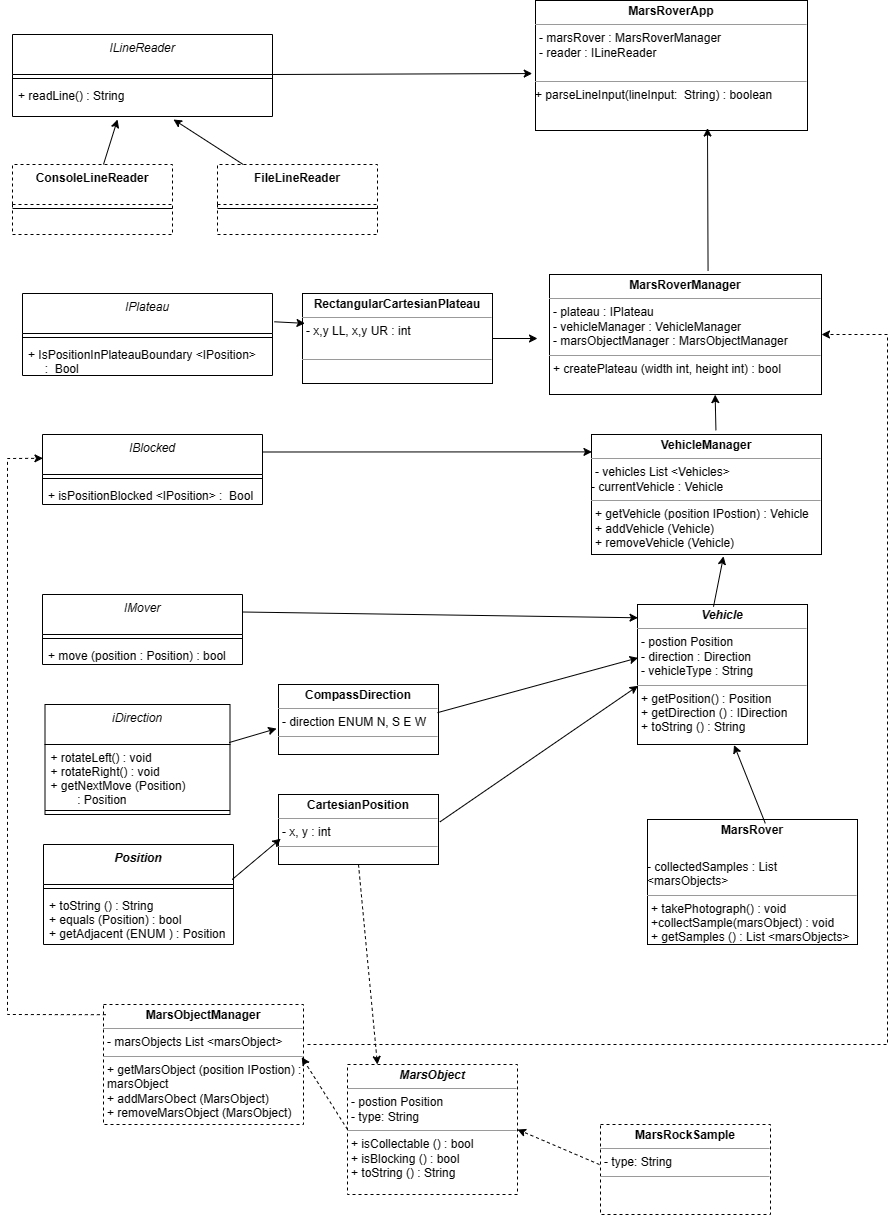
The draw.io diagram Docs/Mars Rover V2 UML.png in adeyatz/melody-mars-rover-app, before a commit. Source tidied: cells renumbered, new cells last; positions are measured from the earlier drawing's top-left corner, leaving out a move shared by most shapes.
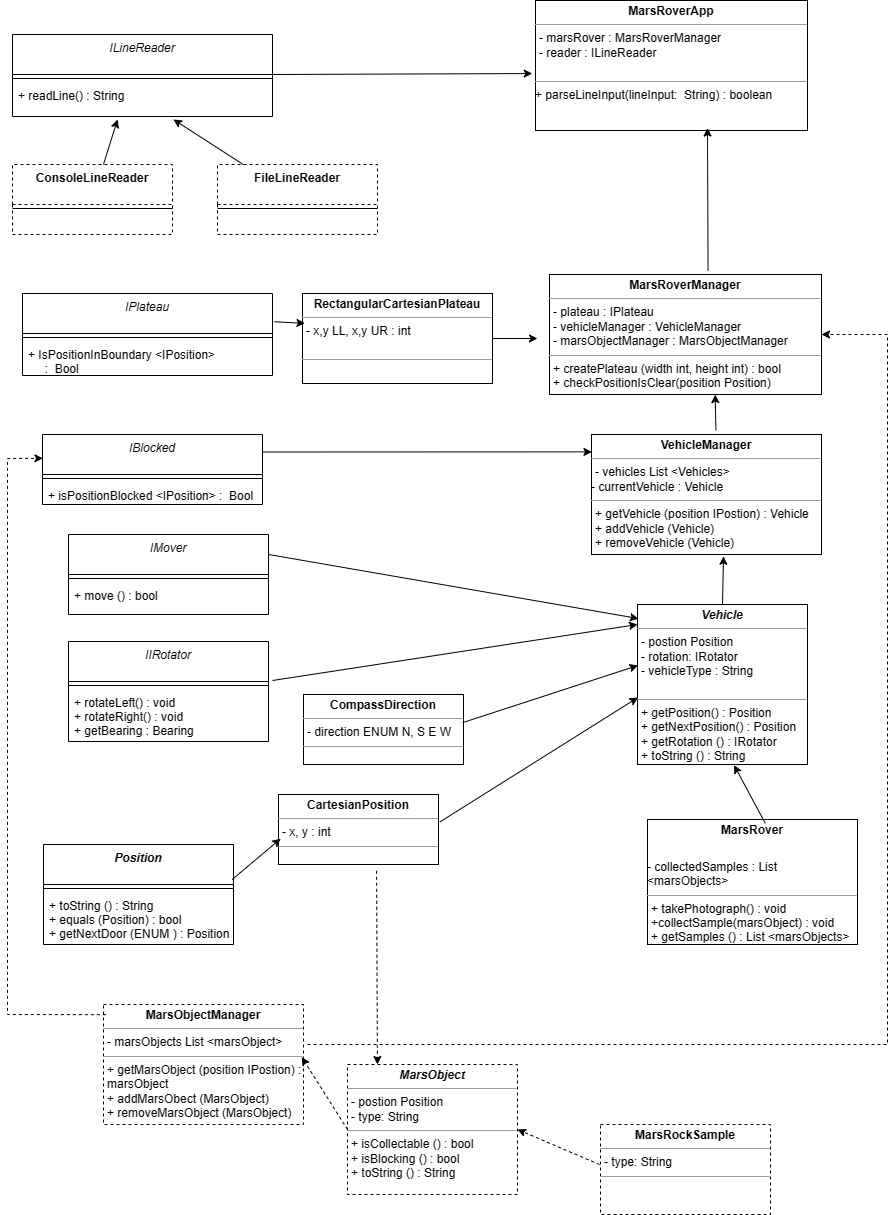
The same diagram one commit later.

Diff of the diagram source:
```diff
@@ -8,7 +8,7 @@
     <mxCell id="3" style="line;html=1;strokeWidth=1;align=left;verticalAlign=middle;spacingTop=-1;spacingLeft=3;spacingRight=3;labelPosition=right;" parent="2" vertex="1">
       <mxGeometry y="40" width="250" height="8" as="geometry" />
     </mxCell>
-    <mxCell id="4" value="+ IsPositionInPlateauBoundary &lt;IPosition&gt;&#10;     :  Bool" style="text;align=left;verticalAlign=top;spacingLeft=4;spacingRight=4;overflow=hidden;" parent="2" vertex="1">
+    <mxCell id="4" value="+ IsPositionInBoundary &lt;IPosition&gt;&#10;     :  Bool" style="text;align=left;verticalAlign=top;spacingLeft=4;spacingRight=4;overflow=hidden;" parent="2" vertex="1">
       <mxGeometry y="48" width="250" height="34" as="geometry" />
     </mxCell>
     <mxCell id="5" value="&lt;p style=&quot;margin:0px;margin-top:4px;text-align:center;&quot;&gt;&lt;b&gt;RectangularCartesianPlateau&lt;/b&gt;&lt;/p&gt;&lt;hr size=&quot;1&quot;&gt;&lt;p style=&quot;margin:0px;margin-left:4px;&quot;&gt;- x,y LL, x,y UR : int&lt;/p&gt;&lt;p style=&quot;margin:0px;margin-left:4px;&quot;&gt;&lt;br&gt;&lt;/p&gt;&lt;hr size=&quot;1&quot;&gt;&lt;p style=&quot;margin:0px;margin-left:4px;&quot;&gt;&lt;br&gt;&lt;/p&gt;" style="verticalAlign=top;align=left;overflow=fill;fontSize=12;fontFamily=Helvetica;html=1;whiteSpace=wrap;" parent="1" vertex="1">
@@ -20,31 +20,22 @@
     <mxCell id="7" style="line;html=1;strokeWidth=1;align=left;verticalAlign=middle;spacingTop=-1;spacingLeft=3;spacingRight=3;labelPosition=right;" parent="6" vertex="1">
       <mxGeometry y="40" width="190" height="8" as="geometry" />
     </mxCell>
-    <mxCell id="8" value="+ toString () : String&#10;+ equals (Position) : bool&#10;+ getAdjacent (ENUM ) : Position" style="text;align=left;verticalAlign=top;spacingLeft=4;spacingRight=4;overflow=hidden;" parent="6" vertex="1">
+    <mxCell id="8" value="+ toString () : String&#10;+ equals (Position) : bool&#10;+ getNextDoor (ENUM ) : Position" style="text;align=left;verticalAlign=top;spacingLeft=4;spacingRight=4;overflow=hidden;" parent="6" vertex="1">
       <mxGeometry y="48" width="190" height="52" as="geometry" />
     </mxCell>
     <mxCell id="9" value="&lt;p style=&quot;margin:0px;margin-top:4px;text-align:center;&quot;&gt;&lt;b&gt;CartesianPosition&lt;/b&gt;&lt;/p&gt;&lt;hr size=&quot;1&quot;&gt;&lt;p style=&quot;margin:0px;margin-left:4px;&quot;&gt;- x, y : int&lt;/p&gt;&lt;hr size=&quot;1&quot;&gt;&lt;p style=&quot;margin:0px;margin-left:4px;&quot;&gt;&lt;br&gt;&lt;/p&gt;" style="verticalAlign=top;align=left;overflow=fill;fontSize=12;fontFamily=Helvetica;html=1;whiteSpace=wrap;" parent="1" vertex="1">
       <mxGeometry x="271" y="794" width="160" height="70" as="geometry" />
     </mxCell>
-    <mxCell id="10" value="iDirection" style="swimlane;fontStyle=2;align=center;verticalAlign=top;horizontal=1;startSize=40;rounded=0;shadow=0;strokeWidth=1;" parent="1" vertex="1">
-      <mxGeometry x="37.5" y="704" width="185" height="110" as="geometry" />
-    </mxCell>
-    <mxCell id="11" value="+ rotateLeft() : void&#10;+ rotateRight() : void&#10;+ getNextMove (Position) &#10;        : Position" style="text;align=left;verticalAlign=top;spacingLeft=4;spacingRight=4;overflow=hidden;" parent="10" vertex="1">
-      <mxGeometry y="40" width="185" height="62" as="geometry" />
-    </mxCell>
-    <mxCell id="12" style="line;html=1;strokeWidth=1;align=left;verticalAlign=middle;spacingTop=-1;spacingLeft=3;spacingRight=3;labelPosition=right;" parent="10" vertex="1">
-      <mxGeometry y="102" width="185" height="8" as="geometry" />
-    </mxCell>
     <mxCell id="13" value="&lt;p style=&quot;margin:0px;margin-top:4px;text-align:center;&quot;&gt;&lt;b&gt;CompassDirection&lt;/b&gt;&lt;/p&gt;&lt;hr size=&quot;1&quot;&gt;&lt;p style=&quot;margin:0px;margin-left:4px;&quot;&gt;- direction ENUM N, S E W&lt;/p&gt;&lt;hr size=&quot;1&quot;&gt;&lt;p style=&quot;margin:0px;margin-left:4px;&quot;&gt;&lt;br&gt;&lt;/p&gt;" style="verticalAlign=top;align=left;overflow=fill;fontSize=12;fontFamily=Helvetica;html=1;whiteSpace=wrap;" parent="1" vertex="1">
-      <mxGeometry x="271" y="684" width="160" height="70" as="geometry" />
+      <mxGeometry x="296" y="694" width="160" height="70" as="geometry" />
     </mxCell>
     <mxCell id="14" value="&lt;p style=&quot;margin:0px;margin-top:4px;text-align:center;&quot;&gt;&lt;b&gt;VehicleManager&lt;/b&gt;&lt;/p&gt;&lt;hr size=&quot;1&quot;&gt;&lt;p style=&quot;margin:0px;margin-left:4px;&quot;&gt;- vehicles List &amp;lt;Vehicles&amp;gt;&lt;/p&gt;- currentVehicle : Vehicle&lt;hr size=&quot;1&quot;&gt;&lt;p style=&quot;margin:0px;margin-left:4px;&quot;&gt;&lt;span style=&quot;background-color: initial;&quot;&gt;+ getVehicle (position IPostion) : Vehicle&lt;/span&gt;&lt;br&gt;&lt;/p&gt;&lt;p style=&quot;margin:0px;margin-left:4px;&quot;&gt;+ addVehicle (Vehicle)&lt;/p&gt;&lt;p style=&quot;margin:0px;margin-left:4px;&quot;&gt;+ removeVehicle (Vehicle)&lt;/p&gt;" style="verticalAlign=top;align=left;overflow=fill;fontSize=12;fontFamily=Helvetica;html=1;whiteSpace=wrap;" parent="1" vertex="1">
       <mxGeometry x="584" y="434" width="230" height="120" as="geometry" />
     </mxCell>
-    <mxCell id="15" value="&lt;p style=&quot;margin:0px;margin-top:4px;text-align:center;&quot;&gt;&lt;b&gt;&lt;i&gt;Vehicle&lt;/i&gt;&lt;/b&gt;&lt;/p&gt;&lt;hr size=&quot;1&quot;&gt;&lt;p style=&quot;margin:0px;margin-left:4px;&quot;&gt;- postion Position&lt;/p&gt;&lt;p style=&quot;margin:0px;margin-left:4px;&quot;&gt;- direction : Direction&lt;/p&gt;&lt;p style=&quot;margin:0px;margin-left:4px;&quot;&gt;- vehicleType : String&lt;/p&gt;&lt;hr size=&quot;1&quot;&gt;&lt;p style=&quot;margin:0px;margin-left:4px;&quot;&gt;+ getPosition() : Position&lt;/p&gt;&lt;p style=&quot;margin:0px;margin-left:4px;&quot;&gt;+ getDirection () : IDirection&lt;/p&gt;&lt;p style=&quot;margin:0px;margin-left:4px;&quot;&gt;+ toString () : String&lt;/p&gt;" style="verticalAlign=top;align=left;overflow=fill;fontSize=12;fontFamily=Helvetica;html=1;whiteSpace=wrap;" parent="1" vertex="1">
-      <mxGeometry x="630" y="604" width="170" height="140" as="geometry" />
+    <mxCell id="15" value="&lt;p style=&quot;margin:0px;margin-top:4px;text-align:center;&quot;&gt;&lt;b&gt;&lt;i&gt;Vehicle&lt;/i&gt;&lt;/b&gt;&lt;/p&gt;&lt;hr size=&quot;1&quot;&gt;&lt;p style=&quot;margin:0px;margin-left:4px;&quot;&gt;- postion Position&lt;/p&gt;&lt;p style=&quot;margin:0px;margin-left:4px;&quot;&gt;- rotation: IRotator&lt;/p&gt;&lt;p style=&quot;margin:0px;margin-left:4px;&quot;&gt;- vehicleType : String&lt;/p&gt;&lt;p style=&quot;margin:0px;margin-left:4px;&quot;&gt;&lt;br&gt;&lt;/p&gt;&lt;hr size=&quot;1&quot;&gt;&lt;p style=&quot;margin:0px;margin-left:4px;&quot;&gt;+ getPosition() : Position&lt;/p&gt;&lt;p style=&quot;margin:0px;margin-left:4px;&quot;&gt;+ getNextPosition() : Position&lt;/p&gt;&lt;p style=&quot;margin:0px;margin-left:4px;&quot;&gt;+ getRotation () : IRotator&lt;/p&gt;&lt;p style=&quot;margin:0px;margin-left:4px;&quot;&gt;+ toString () : String&lt;/p&gt;" style="verticalAlign=top;align=left;overflow=fill;fontSize=12;fontFamily=Helvetica;html=1;whiteSpace=wrap;" parent="1" vertex="1">
+      <mxGeometry x="630" y="604" width="170" height="160" as="geometry" />
     </mxCell>
-    <mxCell id="16" value="&lt;p style=&quot;margin:0px;margin-top:4px;text-align:center;&quot;&gt;&lt;b&gt;MarsRoverManager&lt;/b&gt;&lt;/p&gt;&lt;hr size=&quot;1&quot;&gt;&lt;p style=&quot;margin:0px;margin-left:4px;&quot;&gt;- plateau : IPlateau&lt;/p&gt;&lt;p style=&quot;margin:0px;margin-left:4px;&quot;&gt;- vehicleManager : VehicleManager&lt;br&gt;&lt;/p&gt;&lt;p style=&quot;margin:0px;margin-left:4px;&quot;&gt;- marsObjectManager : MarsObjectManager&lt;/p&gt;&lt;hr size=&quot;1&quot;&gt;&lt;p style=&quot;margin:0px;margin-left:4px;&quot;&gt;+ createPlateau (width int, height int) : bool&lt;/p&gt;&lt;p style=&quot;margin:0px;margin-left:4px;&quot;&gt;&lt;br&gt;&lt;/p&gt;" style="verticalAlign=top;align=left;overflow=fill;fontSize=12;fontFamily=Helvetica;html=1;whiteSpace=wrap;" parent="1" vertex="1">
+    <mxCell id="16" value="&lt;p style=&quot;margin:0px;margin-top:4px;text-align:center;&quot;&gt;&lt;b&gt;MarsRoverManager&lt;/b&gt;&lt;/p&gt;&lt;hr size=&quot;1&quot;&gt;&lt;p style=&quot;margin:0px;margin-left:4px;&quot;&gt;- plateau : IPlateau&lt;/p&gt;&lt;p style=&quot;margin:0px;margin-left:4px;&quot;&gt;- vehicleManager : VehicleManager&lt;br&gt;&lt;/p&gt;&lt;p style=&quot;margin:0px;margin-left:4px;&quot;&gt;- marsObjectManager : MarsObjectManager&lt;/p&gt;&lt;hr size=&quot;1&quot;&gt;&lt;p style=&quot;margin:0px;margin-left:4px;&quot;&gt;+ createPlateau (width int, height int) : bool&lt;/p&gt;&lt;p style=&quot;margin:0px;margin-left:4px;&quot;&gt;+ checkPositionIsClear(position Position)&lt;/p&gt;&lt;p style=&quot;margin:0px;margin-left:4px;&quot;&gt;&lt;br&gt;&lt;/p&gt;" style="verticalAlign=top;align=left;overflow=fill;fontSize=12;fontFamily=Helvetica;html=1;whiteSpace=wrap;" parent="1" vertex="1">
       <mxGeometry x="542" y="274" width="272" height="120" as="geometry" />
     </mxCell>
     <mxCell id="17" style="endArrow=classic;html=1;rounded=0;exitX=0.541;exitY=-0.035;exitDx=0;exitDy=0;exitPerimeter=0;entryX=0.609;entryY=1.001;entryDx=0;entryDy=0;entryPerimeter=0;" parent="1" edge="1" source="14" target="16">
@@ -104,15 +95,15 @@
       <mxGeometry y="48" width="220" height="22" as="geometry" />
     </mxCell>
     <mxCell id="34" value="IMover" style="swimlane;fontStyle=2;align=center;verticalAlign=top;horizontal=1;startSize=40;rounded=0;shadow=0;strokeWidth=1;" parent="1" vertex="1">
-      <mxGeometry x="35" y="594" width="200" height="70" as="geometry" />
+      <mxGeometry x="61" y="534" width="200" height="80" as="geometry" />
     </mxCell>
     <mxCell id="35" style="line;html=1;strokeWidth=1;align=left;verticalAlign=middle;spacingTop=-1;spacingLeft=3;spacingRight=3;labelPosition=right;" parent="34" vertex="1">
       <mxGeometry y="40" width="200" height="8" as="geometry" />
     </mxCell>
-    <mxCell id="36" value="+ move (position : Position) : bool" style="text;align=left;verticalAlign=top;spacingLeft=4;spacingRight=4;overflow=hidden;" parent="34" vertex="1">
-      <mxGeometry y="48" width="200" height="22" as="geometry" />
+    <mxCell id="36" value="+ move () : bool&#10;" style="text;align=left;verticalAlign=top;spacingLeft=4;spacingRight=4;overflow=hidden;" parent="34" vertex="1">
+      <mxGeometry y="48" width="200" height="32" as="geometry" />
     </mxCell>
-    <mxCell id="37" style="endArrow=classic;html=1;rounded=0;exitX=1;exitY=0.25;exitDx=0;exitDy=0;entryX=0.003;entryY=0.095;entryDx=0;entryDy=0;entryPerimeter=0;" parent="1" edge="1" source="34" target="15">
+    <mxCell id="37" style="endArrow=classic;html=1;rounded=0;exitX=1;exitY=0.25;exitDx=0;exitDy=0;entryX=0.006;entryY=0.088;entryDx=0;entryDy=0;entryPerimeter=0;" parent="1" edge="1" source="34" target="15">
       <mxGeometry relative="1" as="geometry" />
     </mxCell>
     <mxCell id="38" style="endArrow=classic;html=1;rounded=0;exitX=1;exitY=0.25;exitDx=0;exitDy=0;entryX=0.002;entryY=0.145;entryDx=0;entryDy=0;entryPerimeter=0;" parent="1" edge="1" source="31" target="14">
@@ -121,9 +112,6 @@
     <mxCell id="39" style="endArrow=classic;html=1;rounded=0;exitX=1.007;exitY=0.345;exitDx=0;exitDy=0;exitPerimeter=0;entryX=0.013;entryY=0.332;entryDx=0;entryDy=0;entryPerimeter=0;" parent="1" edge="1" source="2" target="5">
       <mxGeometry relative="1" as="geometry" />
     </mxCell>
-    <mxCell id="40" style="endArrow=classic;html=1;rounded=0;exitX=0.995;exitY=0.346;exitDx=0;exitDy=0;exitPerimeter=0;entryX=-0.012;entryY=0.63;entryDx=0;entryDy=0;entryPerimeter=0;" parent="1" edge="1" source="10" target="13">
-      <mxGeometry relative="1" as="geometry" />
-    </mxCell>
     <mxCell id="41" style="endArrow=classic;html=1;rounded=0;exitX=0.994;exitY=0.402;exitDx=0;exitDy=0;exitPerimeter=0;entryX=0.003;entryY=0.381;entryDx=0;entryDy=0;entryPerimeter=0;" parent="1" edge="1" source="13" target="15">
       <mxGeometry relative="1" as="geometry" />
     </mxCell>
@@ -133,7 +121,7 @@
     <mxCell id="43" style="endArrow=classic;html=1;rounded=0;exitX=0.993;exitY=0.35;exitDx=0;exitDy=0;exitPerimeter=0;entryX=0.014;entryY=0.631;entryDx=0;entryDy=0;entryPerimeter=0;" parent="1" edge="1" source="6" target="9">
       <mxGeometry relative="1" as="geometry" />
     </mxCell>
-    <mxCell id="44" style="endArrow=classic;html=1;rounded=0;exitX=0.447;exitY=0.016;exitDx=0;exitDy=0;exitPerimeter=0;entryX=0.574;entryY=1.015;entryDx=0;entryDy=0;entryPerimeter=0;" parent="1" edge="1" source="15" target="14">
+    <mxCell id="44" style="endArrow=classic;html=1;rounded=0;exitX=0.5;exitY=0;exitDx=0;exitDy=0;entryX=0.574;entryY=1.015;entryDx=0;entryDy=0;entryPerimeter=0;" parent="1" edge="1" source="15" target="14">
       <mxGeometry relative="1" as="geometry" />
     </mxCell>
     <mxCell id="45" value="&lt;p style=&quot;margin:0px;margin-top:4px;text-align:center;&quot;&gt;&lt;b&gt;MarsRover&lt;/b&gt;&lt;/p&gt;&lt;p style=&quot;margin: 4px 0px 0px;&quot;&gt;&lt;b&gt;&lt;br&gt;&lt;/b&gt;&lt;/p&gt;&lt;p style=&quot;margin: 4px 0px 0px;&quot;&gt;- collectedSamples : List &amp;lt;marsObjects&amp;gt;&lt;/p&gt;&lt;hr size=&quot;1&quot;&gt;&lt;p style=&quot;margin:0px;margin-left:4px;&quot;&gt;&lt;/p&gt;&lt;p style=&quot;margin:0px;margin-left:4px;&quot;&gt;+ takePhotograph() : void&lt;/p&gt;&lt;p style=&quot;margin:0px;margin-left:4px;&quot;&gt;+collectSample(marsObject) : void&lt;/p&gt;&lt;p style=&quot;margin:0px;margin-left:4px;&quot;&gt;+ getSamples () : List &amp;lt;marsObjects&amp;gt;&lt;/p&gt;&lt;p style=&quot;margin:0px;margin-left:4px;&quot;&gt;&lt;br&gt;&lt;/p&gt;" style="verticalAlign=top;align=left;overflow=fill;fontSize=12;fontFamily=Helvetica;html=1;whiteSpace=wrap;" parent="1" vertex="1">
@@ -174,8 +162,20 @@
         </Array>
       </mxGeometry>
     </mxCell>
-    <mxCell id="54" style="endArrow=classic;html=1;rounded=0;entryX=0.176;entryY=0;entryDx=0;entryDy=0;entryPerimeter=0;exitX=0.5;exitY=1;exitDx=0;exitDy=0;dashed=1;" parent="1" edge="1" source="9" target="48">
+    <mxCell id="54" style="endArrow=classic;html=1;rounded=0;entryX=0.176;entryY=0;entryDx=0;entryDy=0;entryPerimeter=0;exitX=0.613;exitY=1.089;exitDx=0;exitDy=0;dashed=1;exitPerimeter=0;" parent="1" edge="1" source="9" target="48">
       <mxGeometry relative="1" as="geometry" />
     </mxCell>
+    <mxCell id="55" value="IIRotator" style="swimlane;fontStyle=2;align=center;verticalAlign=top;horizontal=1;startSize=40;rounded=0;shadow=0;strokeWidth=1;" parent="1" vertex="1">
+      <mxGeometry x="61" y="641" width="200" height="100" as="geometry" />
+    </mxCell>
+    <mxCell id="56" style="line;html=1;strokeWidth=1;align=left;verticalAlign=middle;spacingTop=-1;spacingLeft=3;spacingRight=3;labelPosition=right;" parent="55" vertex="1">
+      <mxGeometry y="40" width="200" height="8" as="geometry" />
+    </mxCell>
+    <mxCell id="57" value="+ rotateLeft() : void&#10;+ rotateRight() : void&#10;+ getBearing : Bearing" style="text;align=left;verticalAlign=top;spacingLeft=4;spacingRight=4;overflow=hidden;" parent="55" vertex="1">
+      <mxGeometry y="48" width="200" height="52" as="geometry" />
+    </mxCell>
+    <mxCell id="58" style="endArrow=classic;html=1;rounded=0;exitX=1.02;exitY=0.39;exitDx=0;exitDy=0;exitPerimeter=0;entryX=0;entryY=0.125;entryDx=0;entryDy=0;entryPerimeter=0;" parent="1" edge="1" source="55" target="15">
+      <mxGeometry relative="1" as="geometry" />
+    </mxCell>
   </root>
 </mxGraphModel>
```
